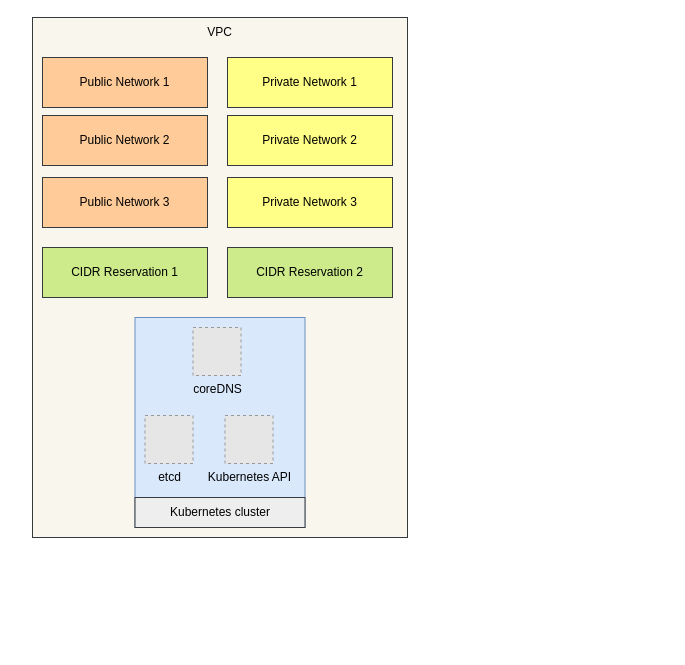
This is page "14.5" (5 of 8) of ch14.drawio from abunuwas/microservices-apis-img, a draw.io file, before an edit. Source tidied: cells renumbered, new cells numbered last; positions are measured from the earlier drawing's top-left corner, leaving out a move shared by most shapes. Both pictures are drawn from the tidied source at 100%, with x=0, y=0 at pixel (32, 17). Pictures stored in the file or linked from it are replaced by grey dashed boxes.
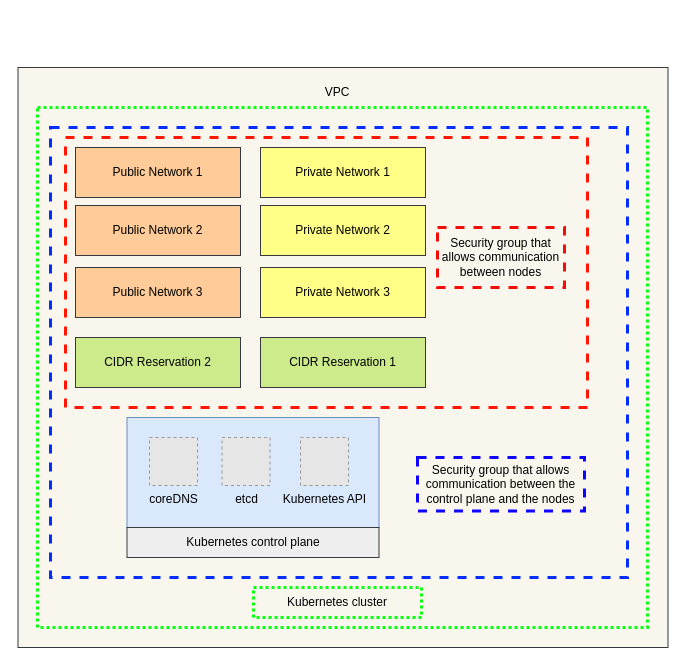
Above is the later version.

Diff of the diagram source:
```diff
@@
     <mxCell id="2" style="rounded=0;whiteSpace=wrap;html=1;labelBackgroundColor=none;strokeColor=#36393d;fillColor=#f9f7ed;" parent="1" vertex="1">
-      <mxGeometry width="375" height="520" as="geometry" />
+      <mxGeometry x="-14.5" y="50" width="650" height="580" as="geometry" />
     </mxCell>
+    <mxCell id="17" style="rounded=0;whiteSpace=wrap;html=1;dashed=1;fillColor=none;strokeColor=#032DFF;strokeWidth=3;" parent="1" vertex="1">
+      <mxGeometry x="18" y="110" width="577" height="450" as="geometry" />
+    </mxCell>
     <mxCell id="3" value="&lt;font&gt;Public Network 1&lt;/font&gt;" style="rounded=0;whiteSpace=wrap;html=1;labelBackgroundColor=none;strokeColor=#36393d;fillColor=#ffcc99;" parent="1" vertex="1">
-      <mxGeometry x="10" y="40" width="165" height="50" as="geometry" />
+      <mxGeometry x="43" y="130" width="165" height="50" as="geometry" />
     </mxCell>
     <mxCell id="4" value="Public Network 2" style="rounded=0;whiteSpace=wrap;html=1;labelBackgroundColor=none;strokeColor=#36393d;fillColor=#ffcc99;" parent="1" vertex="1">
-      <mxGeometry x="10" y="98" width="165" height="50" as="geometry" />
+      <mxGeometry x="43" y="188" width="165" height="50" as="geometry" />
     </mxCell>
     <mxCell id="5" value="Public Network 3" style="rounded=0;whiteSpace=wrap;html=1;labelBackgroundColor=none;strokeColor=#36393d;fillColor=#ffcc99;" parent="1" vertex="1">
-      <mxGeometry x="10" y="160" width="165" height="50" as="geometry" />
+      <mxGeometry x="43" y="250" width="165" height="50" as="geometry" />
     </mxCell>
     <mxCell id="6" value="Private Network 1" style="rounded=0;whiteSpace=wrap;html=1;labelBackgroundColor=none;strokeColor=#36393d;fillColor=#ffff88;" parent="1" vertex="1">
-      <mxGeometry x="195" y="40" width="165" height="50" as="geometry" />
+      <mxGeometry x="228" y="130" width="165" height="50" as="geometry" />
     </mxCell>
     <mxCell id="7" value="Private Network 2" style="rounded=0;whiteSpace=wrap;html=1;labelBackgroundColor=none;strokeColor=#36393d;fillColor=#ffff88;" parent="1" vertex="1">
-      <mxGeometry x="195" y="98" width="165" height="50" as="geometry" />
+      <mxGeometry x="228" y="188" width="165" height="50" as="geometry" />
     </mxCell>
     <mxCell id="8" value="CIDR Reservation 1" style="rounded=0;whiteSpace=wrap;html=1;labelBackgroundColor=none;strokeColor=#36393d;fillColor=#cdeb8b;" parent="1" vertex="1">
-      <mxGeometry x="10" y="230" width="165" height="50" as="geometry" />
+      <mxGeometry x="228" y="320" width="165" height="50" as="geometry" />
     </mxCell>
     <mxCell id="9" value="&lt;font&gt;VPC&lt;/font&gt;" style="text;html=1;strokeColor=none;fillColor=none;align=center;verticalAlign=middle;whiteSpace=wrap;rounded=0;labelBackgroundColor=none;fontColor=#000000;" parent="1" vertex="1">
-      <mxGeometry width="375" height="30" as="geometry" />
+      <mxGeometry x="5" y="60" width="600" height="30" as="geometry" />
     </mxCell>
     <mxCell id="10" style="rounded=0;whiteSpace=wrap;html=1;fillColor=#dae8fc;strokeColor=#6c8ebf;" parent="1" vertex="1">
-      <mxGeometry x="102.5" y="300" width="170" height="210" as="geometry" />
+      <mxGeometry x="94.5" y="400" width="252" height="110" as="geometry" />
     </mxCell>
-    <mxCell id="11" value="Kubernetes cluster" style="text;html=1;strokeColor=#36393d;fillColor=#eeeeee;align=center;verticalAlign=middle;whiteSpace=wrap;rounded=0;" parent="1" vertex="1">
-      <mxGeometry x="102.5" y="480" width="170" height="30" as="geometry" />
+    <mxCell id="11" value="Kubernetes control plane" style="text;html=1;strokeColor=#36393d;fillColor=#eeeeee;align=center;verticalAlign=middle;whiteSpace=wrap;rounded=0;" parent="1" vertex="1">
+      <mxGeometry x="94.5" y="510" width="252" height="30" as="geometry" />
     </mxCell>
     <mxCell id="12" value="Kubernetes API" style="fillColor=#E6E6E6;strokeColor=#999999;dashed=1;html=1;verticalAlign=top;verticalLabelPosition=bottom;labelBackgroundColor=none;" parent="1" vertex="1">
-      <mxGeometry x="192.5" y="398" width="48" height="48" as="geometry" />
+      <mxGeometry x="268" y="420" width="48" height="48" as="geometry" />
     </mxCell>
     <mxCell id="13" value="etcd" style="fillColor=#E6E6E6;strokeColor=#999999;dashed=1;html=1;verticalAlign=top;verticalLabelPosition=bottom;labelBackgroundColor=none;" parent="1" vertex="1">
-      <mxGeometry x="112.5" y="398" width="48" height="48" as="geometry" />
+      <mxGeometry x="189.5" y="420" width="48" height="48" as="geometry" />
     </mxCell>
     <mxCell id="14" value="coreDNS" style="fillColor=#E6E6E6;strokeColor=#999999;dashed=1;html=1;verticalAlign=top;verticalLabelPosition=bottom;labelBackgroundColor=none;" parent="1" vertex="1">
-      <mxGeometry x="160.5" y="310" width="48" height="48" as="geometry" />
+      <mxGeometry x="117" y="420" width="48" height="48" as="geometry" />
     </mxCell>
     <mxCell id="15" value="Private Network 3" style="rounded=0;whiteSpace=wrap;html=1;labelBackgroundColor=none;strokeColor=#36393d;fillColor=#ffff88;" parent="1" vertex="1">
-      <mxGeometry x="195" y="160" width="165" height="50" as="geometry" />
+      <mxGeometry x="228" y="250" width="165" height="50" as="geometry" />
     </mxCell>
     <mxCell id="16" value="CIDR Reservation 2" style="rounded=0;whiteSpace=wrap;html=1;labelBackgroundColor=none;strokeColor=#36393d;fillColor=#cdeb8b;" parent="1" vertex="1">
-      <mxGeometry x="195" y="230" width="165" height="50" as="geometry" />
+      <mxGeometry x="43" y="320" width="165" height="50" as="geometry" />
     </mxCell>
+    <mxCell id="18" style="rounded=0;whiteSpace=wrap;html=1;dashed=1;fillColor=none;strokeColor=#FF1605;strokeWidth=3;" parent="1" vertex="1">
+      <mxGeometry x="33" y="120" width="522" height="270" as="geometry" />
+    </mxCell>
+    <mxCell id="19" value="Security group that allows communication between nodes" style="text;html=1;strokeColor=#F20E08;fillColor=none;align=center;verticalAlign=middle;whiteSpace=wrap;rounded=0;dashed=1;strokeWidth=3;" parent="1" vertex="1">
+      <mxGeometry x="405" y="210" width="127" height="60" as="geometry" />
+    </mxCell>
+    <mxCell id="20" value="Security group that allows communication between the control plane and the nodes" style="text;html=1;strokeColor=#0D05FF;fillColor=none;align=center;verticalAlign=middle;whiteSpace=wrap;rounded=0;dashed=1;strokeWidth=3;" parent="1" vertex="1">
+      <mxGeometry x="385" y="440" width="167" height="53.5" as="geometry" />
+    </mxCell>
+    <mxCell id="21" style="rounded=0;whiteSpace=wrap;html=1;dashed=1;strokeColor=#08FF10;strokeWidth=3;fillColor=none;dashPattern=1 1;" parent="1" vertex="1">
+      <mxGeometry x="5" y="90" width="610" height="520" as="geometry" />
+    </mxCell>
+    <mxCell id="22" value="Kubernetes cluster" style="rounded=0;whiteSpace=wrap;html=1;dashed=1;dashPattern=1 1;strokeColor=#08FF10;strokeWidth=3;fillColor=none;" parent="1" vertex="1">
+      <mxGeometry x="221" y="570" width="168" height="30" as="geometry" />
+    </mxCell>
```
